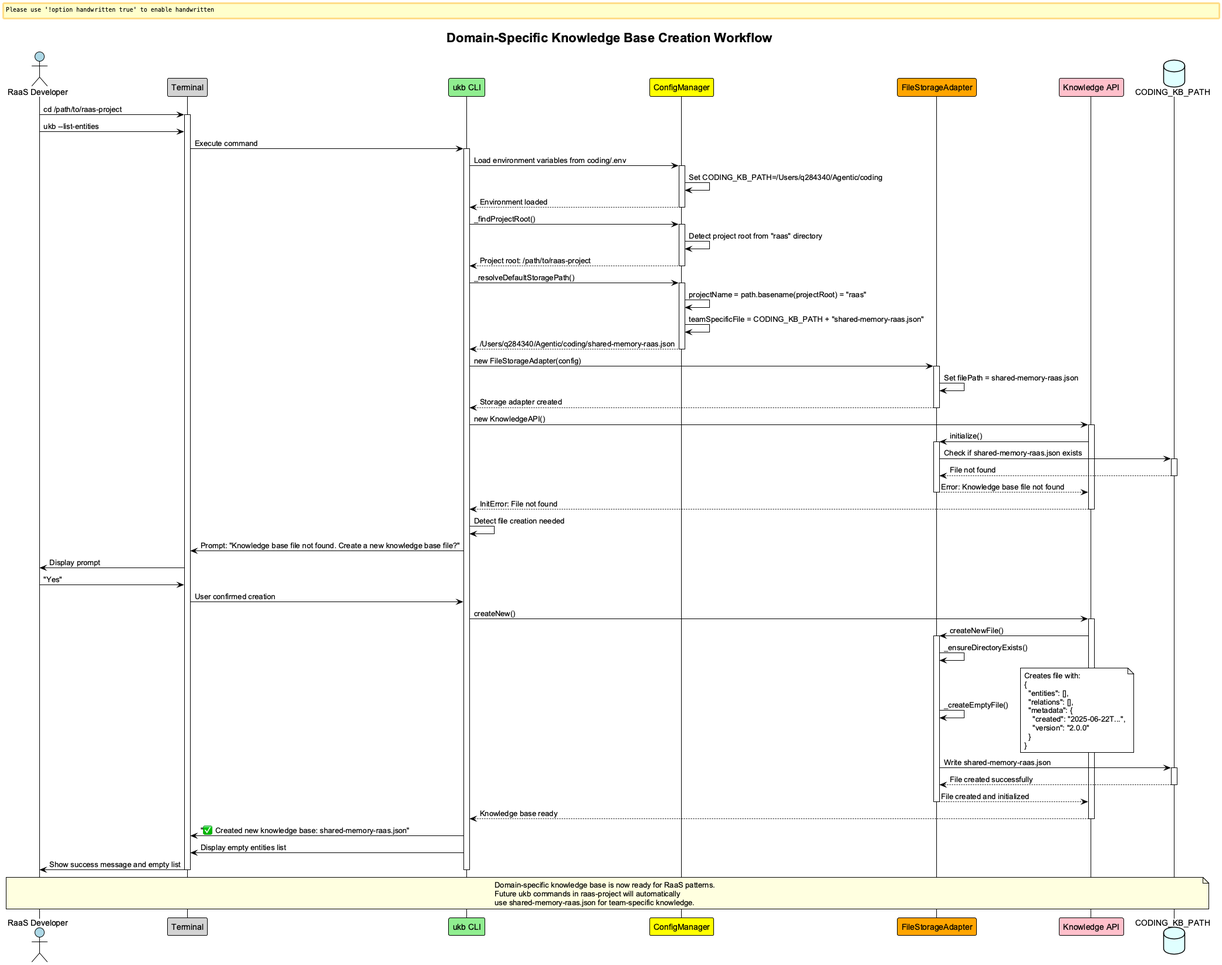
This is docs/images/domain-specific-kb-creation.png from fwornle/coding, a PlantUML export, as it was before one commit. Its diagram source:
```plantuml
@startuml domain-specific-kb-creation
!theme plain
skinparam backgroundColor #FFFFFF
skinparam handwritten false
skinparam defaultFontName "Arial"

title Domain-Specific Knowledge Base Creation Workflow

actor "RaaS Developer" as Developer #LightBlue
participant "Terminal" as Terminal #LightGray
participant "ukb CLI" as UKB #LightGreen
participant "ConfigManager" as Config #Yellow
participant "FileStorageAdapter" as Storage #Orange
participant "Knowledge API" as API #Pink
database "CODING_KB_PATH" as KBPATH #LightCyan

Developer -> Terminal: cd /path/to/raas-project
activate Terminal

Developer -> Terminal: ukb --list-entities
Terminal -> UKB: Execute command
activate UKB

UKB -> Config: Load environment variables from coding/.env
activate Config
Config -> Config: Set CODING_KB_PATH=/Users/q284340/Agentic/coding
Config --> UKB: Environment loaded
deactivate Config

UKB -> Config: _findProjectRoot()
activate Config
Config -> Config: Detect project root from "raas" directory
Config --> UKB: Project root: /path/to/raas-project
deactivate Config

UKB -> Config: _resolveDefaultStoragePath()
activate Config
Config -> Config: projectName = path.basename(projectRoot) = "raas"
Config -> Config: teamSpecificFile = CODING_KB_PATH + "shared-memory-raas.json"
Config --> UKB: /Users/q284340/Agentic/coding/shared-memory-raas.json
deactivate Config

UKB -> Storage: new FileStorageAdapter(config)
activate Storage
Storage -> Storage: Set filePath = shared-memory-raas.json
Storage --> UKB: Storage adapter created
deactivate Storage

UKB -> API: new KnowledgeAPI()
activate API
API -> Storage: initialize()
activate Storage

Storage -> KBPATH: Check if shared-memory-raas.json exists
activate KBPATH
KBPATH --> Storage: File not found
deactivate KBPATH

Storage --> API: Error: Knowledge base file not found
deactivate Storage
API --> UKB: InitError: File not found
deactivate API

UKB -> UKB: Detect file creation needed
UKB -> Terminal: Prompt: "Knowledge base file not found. Create a new knowledge base file?"
Terminal -> Developer: Display prompt
Developer -> Terminal: "Yes"
Terminal -> UKB: User confirmed creation

UKB -> API: createNew()
activate API
API -> Storage: createNewFile()
activate Storage

Storage -> Storage: _ensureDirectoryExists()
Storage -> Storage: _createEmptyFile()
note right
Creates file with:
{
  "entities": [],
  "relations": [],
  "metadata": {
    "created": "2025-06-22T...",
    "version": "2.0.0"
  }
}
end note

Storage -> KBPATH: Write shared-memory-raas.json
activate KBPATH
KBPATH --> Storage: File created successfully
deactivate KBPATH

Storage --> API: File created and initialized
deactivate Storage
API --> UKB: Knowledge base ready
deactivate API

UKB -> Terminal: "✅ Created new knowledge base: shared-memory-raas.json"
UKB -> Terminal: Display empty entities list
Terminal -> Developer: Show success message and empty list
deactivate UKB
deactivate Terminal

note over Developer, KBPATH #LightYellow
Domain-specific knowledge base is now ready for RaaS patterns.
Future ukb commands in raas-project will automatically
use shared-memory-raas.json for team-specific knowledge.
end note

@enduml
```
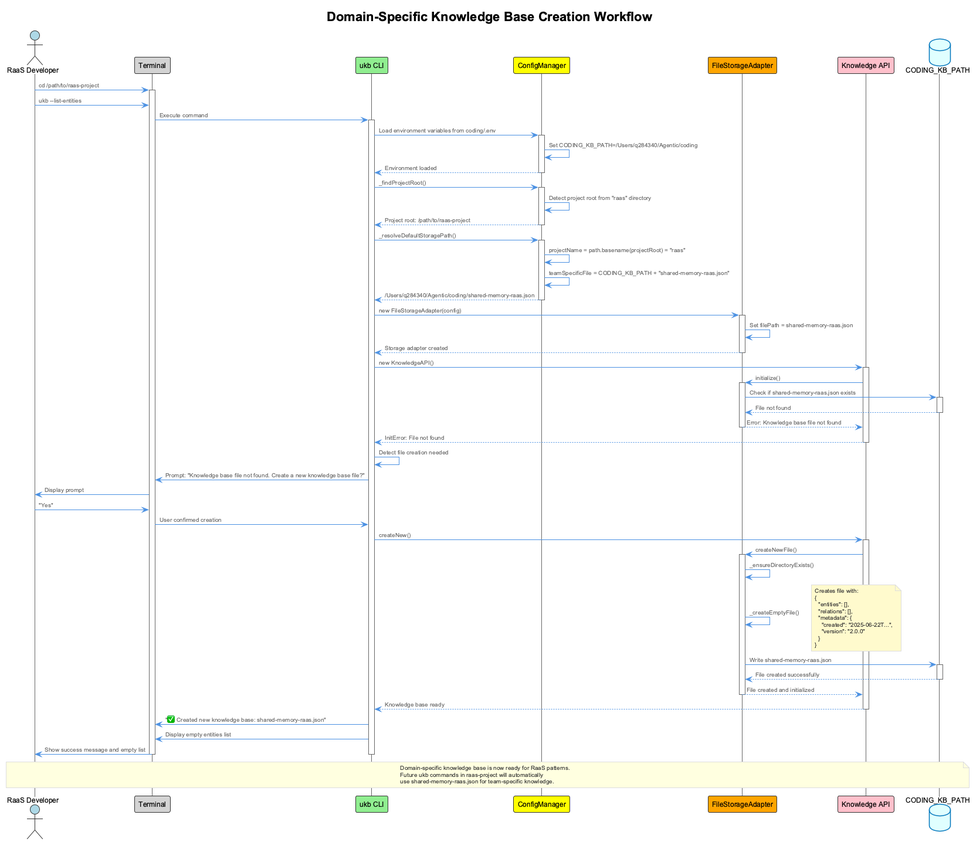
After the change.

Diff of the diagram source:
```diff
@@ -1,8 +1,6 @@
 @startuml domain-specific-kb-creation
-!theme plain
-skinparam backgroundColor #FFFFFF
-skinparam handwritten false
-skinparam defaultFontName "Arial"
+!include _standard-style.puml
+
 
 title Domain-Specific Knowledge Base Creation Workflow
 
```
